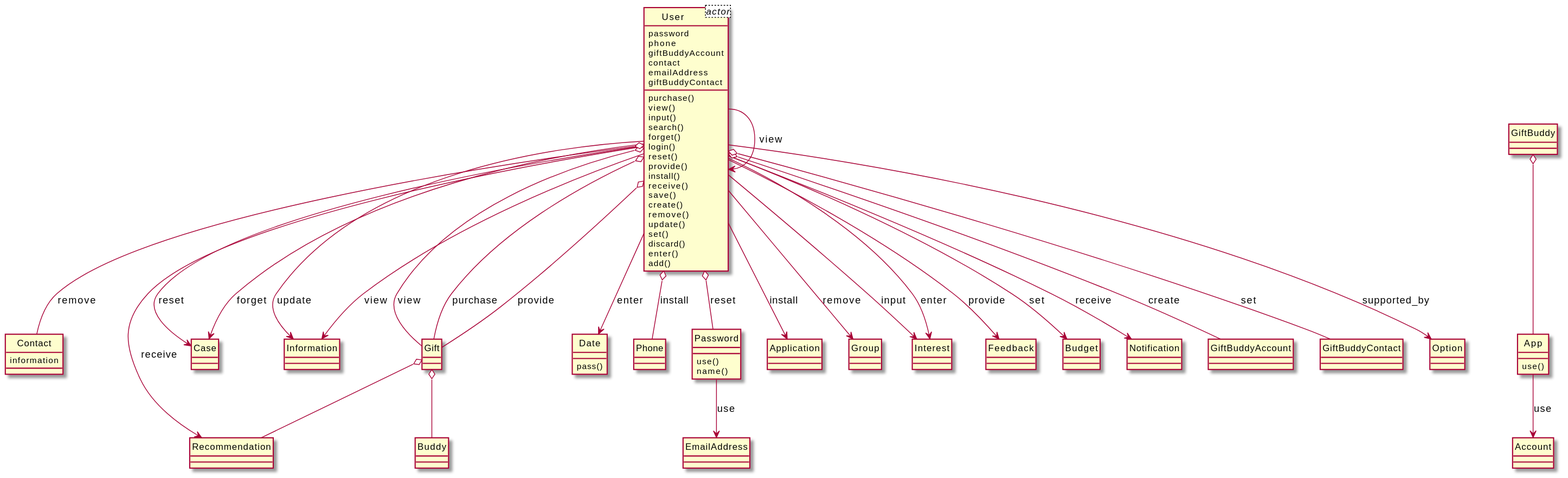
xixixhalu/DomainModelExtractor keeps this PlantUML diagram as output/diagram_5/2019-USC-Project12.svg. Above is the earlier version.
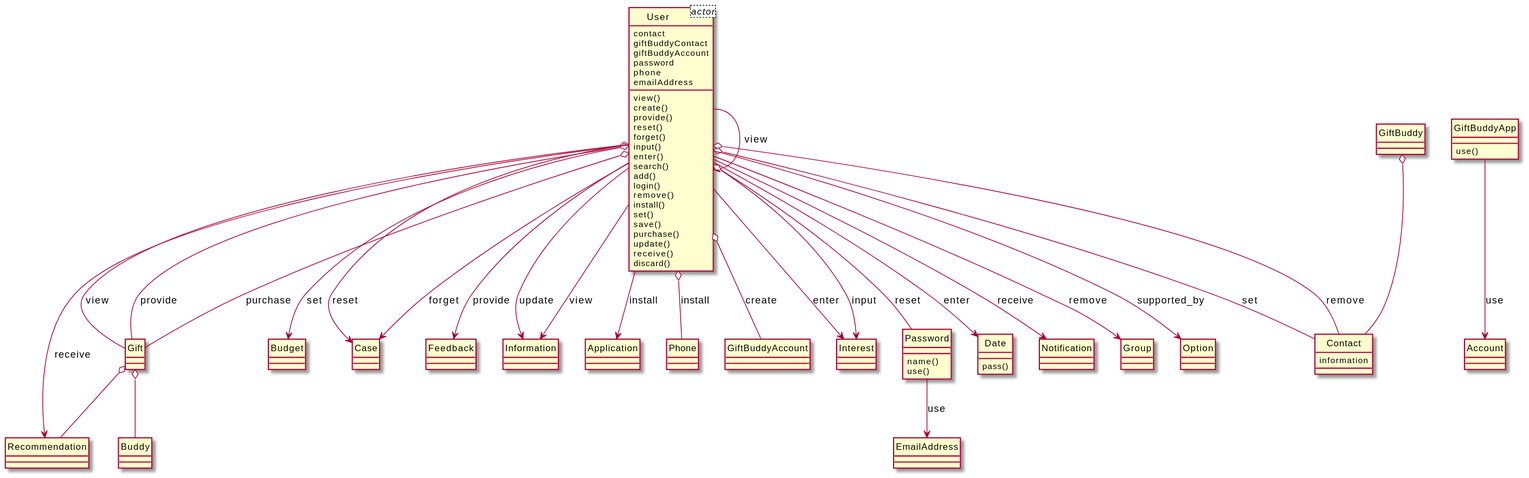
The same file after the commit.

The edit, as a diff of the source:
```diff
@@ -1,108 +1,106 @@
 @startuml
 hide circle
 class User<actor> {
+	contact
+	giftBuddyContact
+	giftBuddyAccount
 	password
 	phone
-	giftBuddyAccount
-	contact
 	emailAddress
-	giftBuddyContact
 }
 class Contact {
 	information
 }
 class Buddy {
 }
-class App {
-	use()
-}
 class Recommendation {
 }
 class User {
+	view()
+	create()
+	provide()
+	reset()
+	forget()
+	input()
+	enter()
+	search()
+	add()
+	login()
+	remove()
+	install()
+	set()
+	save()
 	purchase()
-	view()
-	input()
-	search()
-	forget()
-	login()
-	reset()
-	provide()
-	install()
+	update()
 	receive()
-	save()
-	create()
-	remove()
-	update()
-	set()
 	discard()
-	enter()
-	add()
+}
+class Gift {
+}
+class Budget {
 }
 class Case {
 }
+class Feedback {
+}
 class Information {
 }
-class Gift {
+class Application {
 }
-class Account {
+class Phone {
+}
+class GiftBuddyAccount {
+}
+class Interest {
+}
+class Password {
+	name()
+	use()
 }
 class Date {
 	pass()
 }
-class Phone {
-}
-class Password {
-	use()
-	name()
-}
-class Application {
+class Notification {
 }
 class EmailAddress {
 }
+class GiftBuddyApp {
+	use()
+}
+class Account {
+}
 class Group {
 }
-class Interest {
-}
-class Feedback {
-}
-class Budget {
-}
-class Notification {
-}
-class GiftBuddyAccount {
-}
-class GiftBuddyContact {
+class Option {
 }
 class GiftBuddy {
 }
-class Option {
-}
+User --> Budget : set
+User o-- Gift : view
+User --> User : view
+Password --> EmailAddress : use
+Gift o-- Buddy
+User o-- Contact : remove
+User --> Information : update
 User --> Case : reset
+GiftBuddyApp --> Account : use
+User --> Application : install
+User --> Group : remove
+User o-- Gift : provide
+User o-- Phone : install
+User --> Option : supported_by
+User --> Case : forget
+User o-- GiftBuddyAccount : create
+Gift o-- Recommendation
+GiftBuddy o-- Contact
+User --> Interest : enter
+User --> Recommendation : receive
+User --> Information : view
+User --> Date : enter
+User --> Notification : receive
 User --> Interest : input
-User --> Date : enter
-App --> Account : use
-User --> Budget : set
-User --> Recommendation : receive
-User o-- Phone : install
-User --> Notification : receive
+User --> Feedback : provide
+User o-- Contact : set
+User o-- Gift : purchase
 User o-- Password : reset
-User o-- GiftBuddyAccount : create
-User o-- Gift : view
-User --> Information : update
-User o-- GiftBuddyContact : set
-GiftBuddy o-- App
-User --> Application : install
-User o-- Gift : purchase
-Gift o-- Buddy
-Password --> EmailAddress : use
-Gift o-- Recommendation
-User --> Case : forget
-User o-- Contact : remove
-User --> Option : supported_by
-User --> Group : remove
-User --> Interest : enter
-User o-- Gift : provide
-User --> User : view
-User --> Feedback : provide
-User --> Information : view
 @enduml
```
